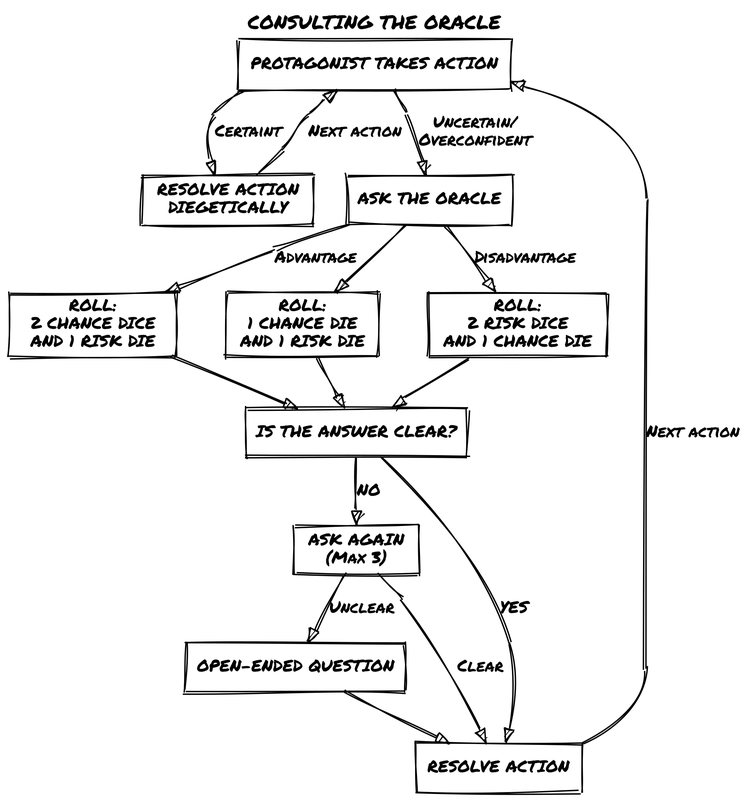
Before: en/diagrams/consulting_oracle.png, a diagram exported from Graphviz (zeruhur/loner). Its source is kept beside it as en/diagrams/consulting_oracle.dot.
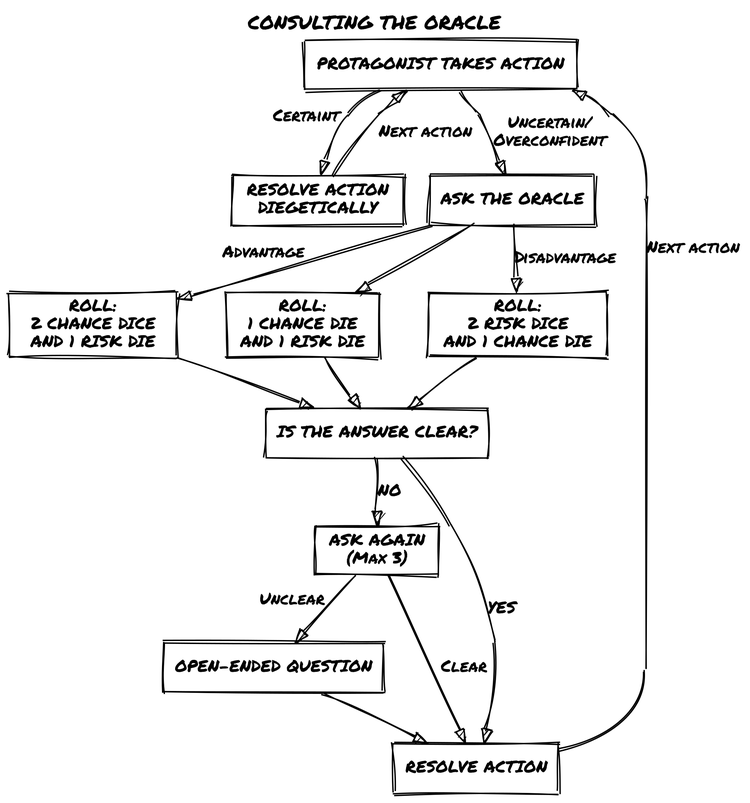
After the change.

Diff of the diagram source:
```diff
@@ -17,10 +17,10 @@
     id9[label = "ASK AGAIN \n (Max 3)"];
     id10[label = "OPEN-ENDED QUESTION"];
 
-    id1 -> id2 [label = "Certaint"] ;
+    id1 -> id2 [xlabel = "Certaint"] ;
     id2 -> id1 [label = "Next action"];
     id1 -> id3 [label = "Uncertain/\nOverconfident"];
-    id3 -> id4 [label = "Advantage"];
+    id3 -> id4 [xlabel = "Advantage"];
     {rank=same;id4 -> id6 -> id5 [style="invis"]};
     id3 -> id6;
     id3 -> id5 [label = "Disadvantage"];
@@ -28,7 +28,7 @@
     id7 -> id8 [label = "YES"] ;
     id7 -> id9 [label = "NO"];
     id9 -> id8 [label = "Clear"];
-    id9 -> id10 [label = "Unclear"];
+    id9 -> id10 [xlabel = "Unclear"];
     id10 -> id8;
-    id8 -> id1 [label="Next action"];
+    id8 -> id1 [xlabel="Next action"];
 }
```
